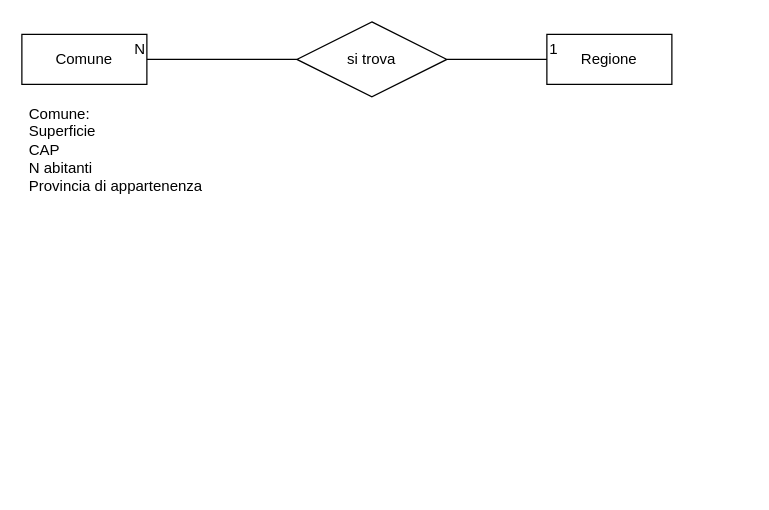
Earlier version of the draw.io diagram Associazioni.drawio (Deyolf/AppuntInfo). Source tidied: cells renumbered, new cells numbered last; positions are measured from the earlier drawing's top-left corner, leaving out a move shared by most shapes. Both pictures are drawn from the tidied source at 125%, with x=0, y=0 at pixel (21, 21).
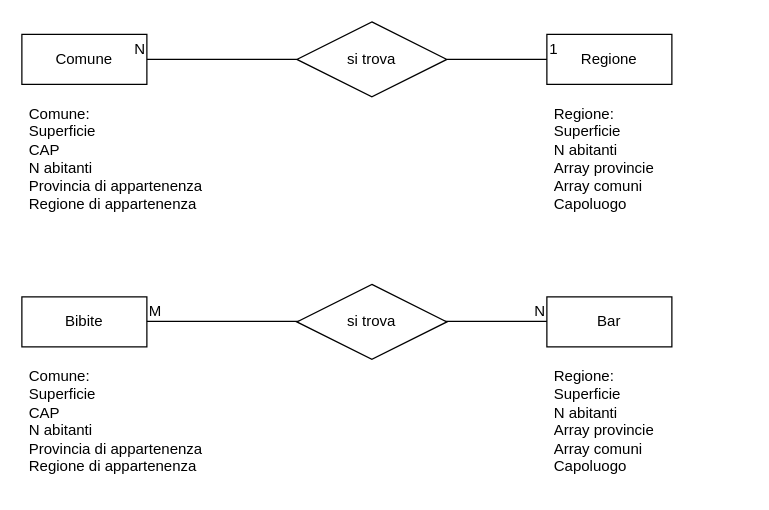
The same diagram, later.

Diff of the diagram source:
```diff
@@
-    <mxCell id="9" value="Comune:&lt;div&gt;Superficie&lt;/div&gt;&lt;div&gt;CAP&lt;/div&gt;&lt;div&gt;N abitanti&lt;/div&gt;&lt;div&gt;Provincia di appartenenza&lt;/div&gt;" style="text;strokeColor=none;fillColor=none;spacingLeft=4;spacingRight=4;overflow=hidden;fontSize=12;whiteSpace=wrap;html=1;" parent="1" vertex="1">
-      <mxGeometry y="60" width="160" height="260" as="geometry" />
+    <mxCell id="9" value="Comune:&lt;div&gt;Superficie&lt;/div&gt;&lt;div&gt;CAP&lt;/div&gt;&lt;div&gt;N abitanti&lt;/div&gt;&lt;div&gt;Provincia di appartenenza&lt;/div&gt;&lt;div&gt;Regione di appartenenza&lt;/div&gt;" style="text;strokeColor=none;fillColor=none;spacingLeft=4;spacingRight=4;overflow=hidden;fontSize=12;whiteSpace=wrap;html=1;" parent="1" vertex="1">
+      <mxGeometry y="60" width="160" height="100" as="geometry" />
     </mxCell>
+    <mxCell id="10" value="Regione:&lt;div&gt;Superficie&lt;/div&gt;&lt;div&gt;N abitanti&lt;/div&gt;&lt;div&gt;Array provincie&lt;/div&gt;&lt;div&gt;Array comuni&lt;/div&gt;&lt;div&gt;Capoluogo&lt;/div&gt;" style="text;strokeColor=none;fillColor=none;spacingLeft=4;spacingRight=4;overflow=hidden;fontSize=12;whiteSpace=wrap;html=1;" parent="1" vertex="1">
+      <mxGeometry x="420" y="60" width="160" height="100" as="geometry" />
+    </mxCell>
+    <mxCell id="11" value="Bibite" style="whiteSpace=wrap;html=1;align=center;" parent="1" vertex="1">
+      <mxGeometry y="220" width="100" height="40" as="geometry" />
+    </mxCell>
+    <mxCell id="12" value="Bar" style="whiteSpace=wrap;html=1;align=center;" parent="1" vertex="1">
+      <mxGeometry x="420" y="220" width="100" height="40" as="geometry" />
+    </mxCell>
+    <mxCell id="13" value="Comune:&lt;div&gt;Superficie&lt;/div&gt;&lt;div&gt;CAP&lt;/div&gt;&lt;div&gt;N abitanti&lt;/div&gt;&lt;div&gt;Provincia di appartenenza&lt;/div&gt;&lt;div&gt;Regione di appartenenza&lt;/div&gt;" style="text;strokeColor=none;fillColor=none;spacingLeft=4;spacingRight=4;overflow=hidden;fontSize=12;whiteSpace=wrap;html=1;" parent="1" vertex="1">
+      <mxGeometry y="270" width="160" height="100" as="geometry" />
+    </mxCell>
+    <mxCell id="14" value="Regione:&lt;div&gt;Superficie&lt;/div&gt;&lt;div&gt;N abitanti&lt;/div&gt;&lt;div&gt;Array provincie&lt;/div&gt;&lt;div&gt;Array comuni&lt;/div&gt;&lt;div&gt;Capoluogo&lt;/div&gt;" style="text;strokeColor=none;fillColor=none;spacingLeft=4;spacingRight=4;overflow=hidden;fontSize=12;whiteSpace=wrap;html=1;" parent="1" vertex="1">
+      <mxGeometry x="420" y="270" width="160" height="100" as="geometry" />
+    </mxCell>
+    <mxCell id="15" style="endArrow=none;html=1;rounded=0;exitX=1;exitY=0.5;exitDx=0;exitDy=0;" parent="1" edge="1">
+      <mxGeometry relative="1" as="geometry">
+        <mxPoint x="100" y="239.5" as="sourcePoint" />
+        <mxPoint x="420" y="239.5" as="targetPoint" />
+      </mxGeometry>
+    </mxCell>
+    <mxCell id="16" value="M" style="html=1;whiteSpace=wrap;align=left;verticalAlign=bottom;" parent="15" vertex="1">
+      <mxGeometry x="-1" relative="1" as="geometry" />
+    </mxCell>
+    <mxCell id="17" value="N" style="html=1;whiteSpace=wrap;align=right;verticalAlign=bottom;" parent="15" vertex="1">
+      <mxGeometry x="1" relative="1" as="geometry" />
+    </mxCell>
+    <mxCell id="18" value="si trova" style="shape=rhombus;perimeter=rhombusPerimeter;whiteSpace=wrap;html=1;align=center;" parent="1" vertex="1">
+      <mxGeometry x="220" y="210" width="120" height="60" as="geometry" />
+    </mxCell>
```
